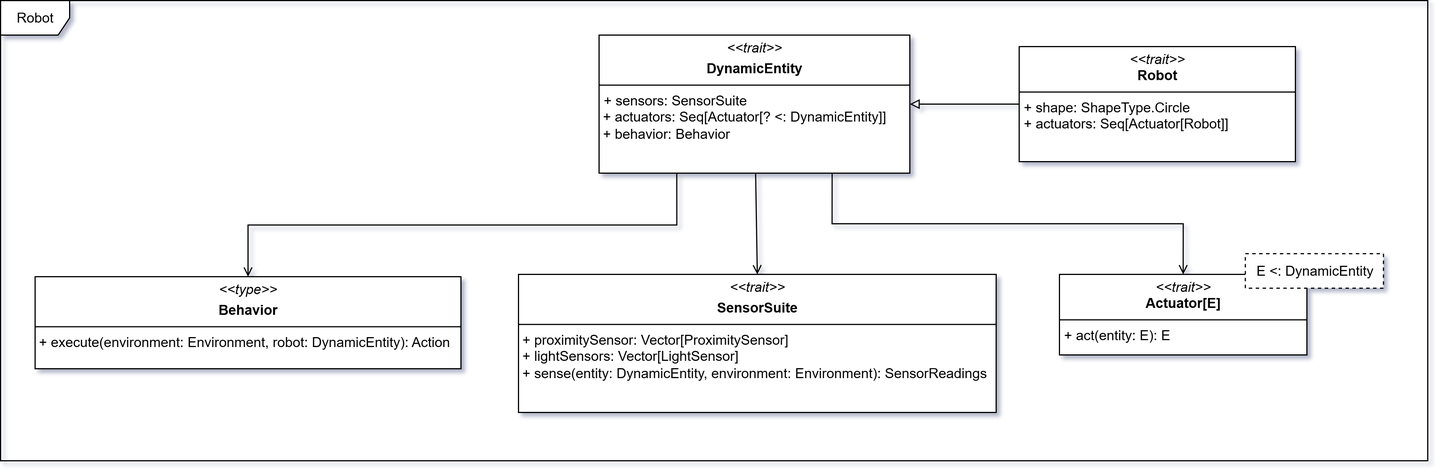
Before: docs/static/img/04-detailed-design/robot.png, a diagram exported from draw.io (Scala-Robotics-Simulator/PPS-22-srs). Source tidied: cells renumbered, new cells last; positions are measured from the earlier drawing's top-left corner, leaving out a move shared by most shapes.
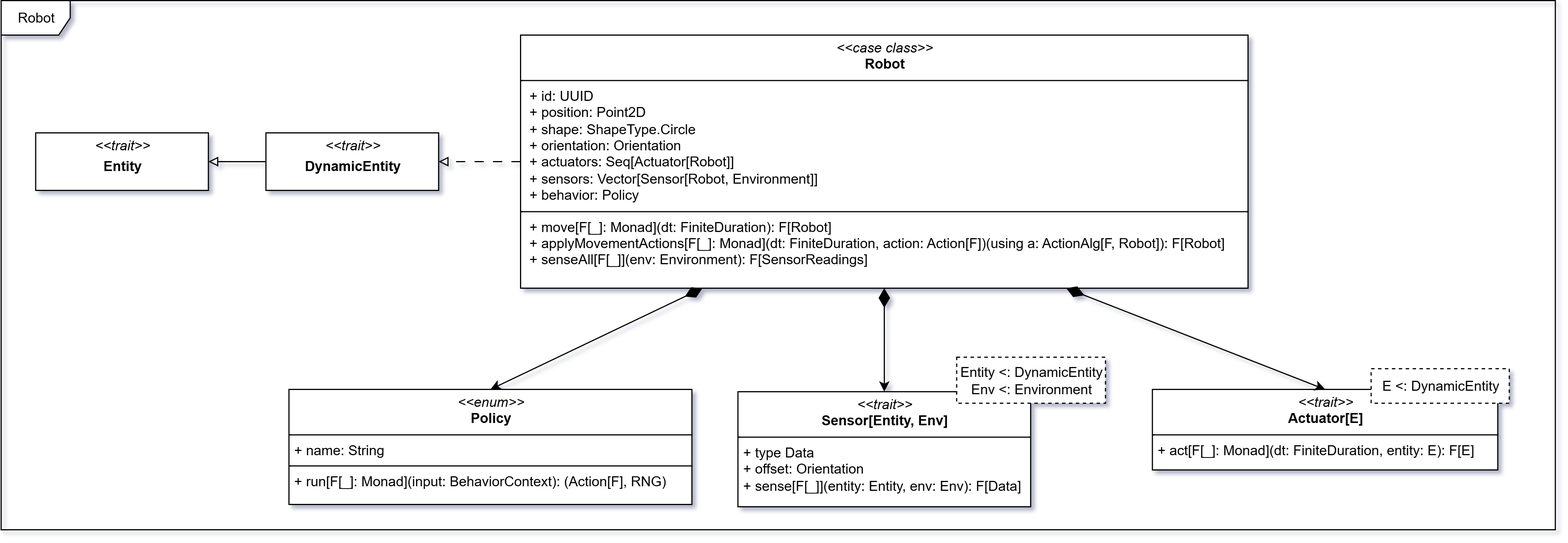
Later version of the same file.

What changed in the source:
```diff
@@ -2,38 +2,47 @@
   <root>
     <mxCell id="0" />
     <mxCell id="1" parent="0" />
-    <mxCell id="2" value="Robot" style="shape=umlFrame;whiteSpace=wrap;html=1;" parent="1" vertex="1">
-      <mxGeometry width="1240" height="400" as="geometry" />
+    <mxCell id="2" value="&lt;p style=&quot;margin:0px;margin-top:4px;text-align:center;&quot;&gt;&lt;i&gt;&amp;lt;&amp;lt;trait&amp;gt;&amp;gt;&lt;br&gt;&lt;/i&gt;&lt;b&gt;Actuator[E]&lt;/b&gt;&lt;/p&gt;&lt;hr size=&quot;1&quot; style=&quot;border-style:solid;&quot;&gt;&lt;p style=&quot;margin:0px;margin-left:4px;&quot;&gt;&lt;/p&gt;&lt;p style=&quot;margin:0px;margin-left:4px;&quot;&gt;+&amp;nbsp;act[F[_]: Monad](dt: FiniteDuration, entity: E): F[E]&lt;/p&gt;" style="verticalAlign=top;align=left;overflow=fill;html=1;whiteSpace=wrap;" parent="1" vertex="1">
+      <mxGeometry x="1117.5" y="458" width="300" height="70" as="geometry" />
     </mxCell>
-    <mxCell id="3" style="rounded=0;jettySize=auto;html=1;entryX=1;entryY=0.5;entryDx=0;entryDy=0;endArrow=block;endFill=0;" parent="1" edge="1" source="4" target="8">
-      <mxGeometry relative="1" as="geometry" />
+    <mxCell id="3" value="E &amp;lt;: DynamicEntity" style="rounded=0;whiteSpace=wrap;html=1;dashed=1;" parent="1" vertex="1">
+      <mxGeometry x="1307.5" y="440" width="120" height="30" as="geometry" />
     </mxCell>
-    <mxCell id="4" value="&lt;p style=&quot;margin:0px;margin-top:4px;text-align:center;&quot;&gt;&lt;i&gt;&amp;lt;&amp;lt;trait&amp;gt;&amp;gt;&lt;/i&gt;&lt;br&gt;&lt;b&gt;Robot&lt;/b&gt;&lt;/p&gt;&lt;hr size=&quot;1&quot; style=&quot;border-style:solid;&quot;&gt;&lt;p style=&quot;margin:0px;margin-left:4px;&quot;&gt;+ shape: ShapeType.Circle&lt;/p&gt;&lt;p style=&quot;margin:0px;margin-left:4px;&quot;&gt;+ actuators: Seq[Actuator[Robot]]&lt;/p&gt;" style="verticalAlign=top;align=left;overflow=fill;html=1;whiteSpace=wrap;" parent="1" vertex="1">
-      <mxGeometry x="885" y="40" width="240" height="100" as="geometry" />
+    <mxCell id="4" value="&lt;p style=&quot;margin:0px;margin-top:4px;text-align:center;&quot;&gt;&lt;i&gt;&amp;lt;&amp;lt;case class&amp;gt;&amp;gt;&lt;/i&gt;&lt;br&gt;&lt;b&gt;Robot&lt;/b&gt;&lt;/p&gt;&lt;hr size=&quot;1&quot; style=&quot;border-style:solid;&quot;&gt;&lt;p style=&quot;margin: 0px 0px 0px 4px;&quot;&gt;&amp;nbsp;+ id: UUID&lt;/p&gt;&lt;p style=&quot;margin: 0px 0px 0px 4px;&quot;&gt;&amp;nbsp;+ position: Point2D&lt;/p&gt;&lt;p style=&quot;margin: 0px 0px 0px 4px;&quot;&gt;&amp;nbsp;+ shape: ShapeType.Circle&lt;/p&gt;&lt;p style=&quot;margin: 0px 0px 0px 4px;&quot;&gt;&lt;span style=&quot;background-color: transparent; color: light-dark(rgb(0, 0, 0), rgb(255, 255, 255));&quot;&gt;&amp;nbsp;+ orientation: Orientation&lt;/span&gt;&lt;/p&gt;&lt;p style=&quot;margin: 0px 0px 0px 4px;&quot;&gt;&amp;nbsp;+ actuators: Seq[Actuator[Robot]]&lt;/p&gt;&lt;p style=&quot;margin: 0px 0px 0px 4px;&quot;&gt;&amp;nbsp;+ sensors: Vector[Sensor[Robot, Environment]]&amp;nbsp;&lt;/p&gt;&lt;p style=&quot;margin: 0px 0px 0px 4px;&quot;&gt;&lt;span style=&quot;background-color: transparent; color: light-dark(rgb(0, 0, 0), rgb(255, 255, 255));&quot;&gt;&amp;nbsp;+ behavior: Policy&lt;/span&gt;&lt;/p&gt;&lt;hr size=&quot;1&quot; style=&quot;border-style:solid;&quot;&gt;&lt;p style=&quot;margin:0px;margin-left:4px;&quot;&gt;&amp;nbsp;+&amp;nbsp;move[F[_]: Monad](dt: FiniteDuration): F[Robot]&lt;/p&gt;&lt;p style=&quot;margin:0px;margin-left:4px;&quot;&gt;&amp;nbsp;+&amp;nbsp;&lt;span style=&quot;background-color: transparent;&quot;&gt;applyMovementActions[F[_]: Monad](&lt;/span&gt;&lt;span style=&quot;background-color: transparent; color: light-dark(rgb(0, 0, 0), rgb(255, 255, 255));&quot;&gt;dt: FiniteDuration,&lt;/span&gt;&lt;span style=&quot;background-color: transparent; color: light-dark(rgb(0, 0, 0), rgb(255, 255, 255));&quot;&gt;&amp;nbsp;action: Action[F]&lt;/span&gt;&lt;span style=&quot;background-color: transparent; color: light-dark(rgb(0, 0, 0), rgb(255, 255, 255));&quot;&gt;)(using a: ActionAlg[F, Robot]): F[Robot]&lt;/span&gt;&lt;/p&gt;&lt;p style=&quot;margin:0px;margin-left:4px;&quot;&gt;&lt;span style=&quot;background-color: transparent; color: light-dark(rgb(0, 0, 0), rgb(255, 255, 255));&quot;&gt;&amp;nbsp;+&amp;nbsp;&lt;/span&gt;&lt;span style=&quot;background-color: transparent; color: light-dark(rgb(0, 0, 0), rgb(255, 255, 255));&quot;&gt;senseAll[F[_]](env: Environment): F[SensorReadings]&lt;/span&gt;&lt;/p&gt;" style="verticalAlign=top;align=left;overflow=fill;html=1;whiteSpace=wrap;" parent="1" vertex="1">
+      <mxGeometry x="568.7" y="150" width="631.9" height="220" as="geometry" />
     </mxCell>
-    <mxCell id="5" value="&lt;p style=&quot;margin:0px;margin-top:4px;text-align:center;&quot;&gt;&lt;i&gt;&amp;lt;&amp;lt;type&amp;gt;&amp;gt;&lt;/i&gt;&lt;/p&gt;&lt;p style=&quot;margin:0px;margin-top:4px;text-align:center;&quot;&gt;&lt;b&gt;Behavior&lt;/b&gt;&lt;/p&gt;&lt;hr size=&quot;1&quot; style=&quot;border-style:solid;&quot;&gt;&amp;nbsp;+ execute(environment: Environment, robot: DynamicEntity): Action&lt;div&gt;&lt;br&gt;&lt;/div&gt;" style="verticalAlign=top;align=left;overflow=fill;html=1;whiteSpace=wrap;" parent="1" vertex="1">
-      <mxGeometry x="30" y="240" width="370" height="80" as="geometry" />
+    <mxCell id="5" value="&lt;p style=&quot;margin:0px;margin-top:4px;text-align:center;&quot;&gt;&lt;i&gt;&amp;lt;&amp;lt;trait&amp;gt;&amp;gt;&lt;br&gt;&lt;/i&gt;&lt;b&gt;Sensor[Entity, Env]&lt;/b&gt;&lt;/p&gt;&lt;hr size=&quot;1&quot; style=&quot;border-style:solid;&quot;&gt;&lt;p style=&quot;margin:0px;margin-left:4px;&quot;&gt;&lt;/p&gt;&lt;p style=&quot;margin:0px;margin-left:4px;&quot;&gt;+ type Data&lt;/p&gt;&lt;p style=&quot;margin:0px;margin-left:4px;&quot;&gt;+ offset: Orientation&lt;/p&gt;&lt;p style=&quot;margin:0px;margin-left:4px;&quot;&gt;+ sense[F[_]](entity: Entity, env: Env): F[Data]&lt;/p&gt;" style="verticalAlign=top;align=left;overflow=fill;html=1;whiteSpace=wrap;" parent="1" vertex="1">
+      <mxGeometry x="757.5" y="460" width="254.2" height="100" as="geometry" />
     </mxCell>
-    <mxCell id="6" value="&lt;p style=&quot;margin:0px;margin-top:4px;text-align:center;&quot;&gt;&lt;i&gt;&amp;lt;&amp;lt;trait&amp;gt;&amp;gt;&lt;/i&gt;&lt;/p&gt;&lt;p style=&quot;margin:0px;margin-top:4px;text-align:center;&quot;&gt;&lt;b&gt;SensorSuite&lt;/b&gt;&lt;/p&gt;&lt;hr size=&quot;1&quot; style=&quot;border-style:solid;&quot;&gt;&lt;div&gt;&amp;nbsp;+ proximitySensor: Vector[ProximitySensor]&lt;/div&gt;&lt;div&gt;&amp;nbsp;+ lightSensors: Vector[LightSensor]&lt;/div&gt;&lt;div&gt;&amp;nbsp;+ sense(entity: DynamicEntity, environment: Environment): SensorReadings&lt;/div&gt;" style="verticalAlign=top;align=left;overflow=fill;html=1;whiteSpace=wrap;" parent="1" vertex="1">
-      <mxGeometry x="450" y="238" width="415" height="120" as="geometry" />
+    <mxCell id="6" value="&lt;div&gt;Entity &amp;lt;: DynamicEntity&lt;/div&gt;Env &amp;lt;: Environment" style="rounded=0;whiteSpace=wrap;html=1;dashed=1;" parent="1" vertex="1">
+      <mxGeometry x="947.5" y="430" width="129.2" height="40" as="geometry" />
     </mxCell>
-    <mxCell id="7" style="edgeStyle=orthogonalEdgeStyle;rounded=0;jettySize=auto;html=1;entryX=0.5;entryY=0;entryDx=0;entryDy=0;endArrow=open;endFill=0;exitX=0.25;exitY=1;exitDx=0;exitDy=0;" parent="1" edge="1" source="8" target="5">
+    <mxCell id="7" style="endArrow=classic;html=1;endSize=6;startArrow=diamondThin;startSize=14;startFill=1;align=left;verticalAlign=bottom;rounded=0;exitX=0.5;exitY=1;exitDx=0;exitDy=0;entryX=0.5;entryY=0;entryDx=0;entryDy=0;endFill=1;" parent="1" edge="1" source="4" target="5">
       <mxGeometry relative="1" as="geometry" />
     </mxCell>
-    <mxCell id="8" value="&lt;p style=&quot;margin:0px;margin-top:4px;text-align:center;&quot;&gt;&lt;i&gt;&amp;lt;&amp;lt;trait&amp;gt;&amp;gt;&lt;/i&gt;&lt;/p&gt;&lt;p style=&quot;margin:0px;margin-top:4px;text-align:center;&quot;&gt;&lt;b&gt;DynamicEntity&lt;/b&gt;&lt;/p&gt;&lt;hr size=&quot;1&quot; style=&quot;border-style:solid;&quot;&gt;&lt;p style=&quot;margin:0px;margin-left:4px;&quot;&gt;+ sensors: SensorSuite&lt;/p&gt;&lt;div&gt;&amp;nbsp;+&amp;nbsp;actuators: Seq[Actuator[? &amp;lt;: DynamicEntity]]&lt;/div&gt;&lt;div&gt;&amp;nbsp;+ behavior: Behavior&lt;/div&gt;&lt;p style=&quot;margin:0px;margin-left:4px;&quot;&gt;&lt;br&gt;&lt;/p&gt;" style="verticalAlign=top;align=left;overflow=fill;html=1;whiteSpace=wrap;" parent="1" vertex="1">
-      <mxGeometry x="520" y="30" width="270" height="120" as="geometry" />
+    <mxCell id="8" style="endArrow=classic;html=1;endSize=6;startArrow=diamondThin;startSize=14;startFill=1;align=left;verticalAlign=bottom;rounded=0;exitX=0.75;exitY=1;exitDx=0;exitDy=0;entryX=0.5;entryY=0;entryDx=0;entryDy=0;endFill=1;" parent="1" edge="1" source="4" target="2">
+      <mxGeometry relative="1" as="geometry" />
     </mxCell>
-    <mxCell id="9" style="edgeStyle=orthogonalEdgeStyle;rounded=0;jettySize=auto;html=1;entryX=0.5;entryY=0;entryDx=0;entryDy=0;endArrow=open;endFill=0;exitX=0.75;exitY=1;exitDx=0;exitDy=0;" parent="1" edge="1" source="8" target="11">
-      <mxGeometry relative="1" as="geometry" />
+    <mxCell id="9" value="&lt;p style=&quot;margin:0px;margin-top:4px;text-align:center;&quot;&gt;&lt;i&gt;&amp;lt;&amp;lt;enum&amp;gt;&amp;gt;&lt;/i&gt;&lt;br&gt;&lt;b&gt;Policy&lt;/b&gt;&lt;/p&gt;&lt;hr size=&quot;1&quot; style=&quot;border-style:solid;&quot;&gt;&lt;p style=&quot;margin:0px;margin-left:4px;&quot;&gt;+ name: String&lt;/p&gt;&lt;hr size=&quot;1&quot; style=&quot;border-style:solid;&quot;&gt;&lt;p style=&quot;margin:0px;margin-left:4px;&quot;&gt;+&amp;nbsp;run[F[_]: Monad](input: BehaviorContext): (Action[F], RNG)&lt;/p&gt;" style="verticalAlign=top;align=left;overflow=fill;html=1;whiteSpace=wrap;" parent="1" vertex="1">
+      <mxGeometry x="367.5" y="458" width="350" height="100" as="geometry" />
     </mxCell>
-    <mxCell id="10" style="rounded=0;jettySize=auto;html=1;entryX=0.5;entryY=0;entryDx=0;entryDy=0;endArrow=open;endFill=0;" parent="1" edge="1" source="8" target="6">
+    <mxCell id="10" style="endArrow=classic;html=1;endSize=6;startArrow=diamondThin;startSize=14;startFill=1;align=left;verticalAlign=bottom;rounded=0;exitX=0.25;exitY=1;exitDx=0;exitDy=0;entryX=0.5;entryY=0;entryDx=0;entryDy=0;endFill=1;" parent="1" edge="1" source="4" target="9">
       <mxGeometry relative="1" as="geometry" />
     </mxCell>
-    <mxCell id="11" value="&lt;p style=&quot;margin:0px;margin-top:4px;text-align:center;&quot;&gt;&lt;i&gt;&amp;lt;&amp;lt;trait&amp;gt;&amp;gt;&lt;br&gt;&lt;/i&gt;&lt;b&gt;Actuator[E]&lt;/b&gt;&lt;/p&gt;&lt;hr size=&quot;1&quot; style=&quot;border-style:solid;&quot;&gt;&lt;p style=&quot;margin:0px;margin-left:4px;&quot;&gt;&lt;/p&gt;&lt;p style=&quot;margin:0px;margin-left:4px;&quot;&gt;+ act(entity: E): E&lt;/p&gt;" style="verticalAlign=top;align=left;overflow=fill;html=1;whiteSpace=wrap;" parent="1" vertex="1">
-      <mxGeometry x="920" y="238" width="215" height="70" as="geometry" />
+    <mxCell id="11" value="Robot" style="shape=umlFrame;whiteSpace=wrap;html=1;" parent="1" vertex="1">
+      <mxGeometry x="117.5" y="120" width="1350" height="460" as="geometry" />
     </mxCell>
-    <mxCell id="12" value="E &amp;lt;: DynamicEntity" style="rounded=0;whiteSpace=wrap;html=1;dashed=1;" parent="1" vertex="1">
-      <mxGeometry x="1081.5" y="220" width="120" height="30" as="geometry" />
+    <mxCell id="12" value="&lt;p style=&quot;margin:0px;margin-top:4px;text-align:center;&quot;&gt;&lt;i&gt;&amp;lt;&amp;lt;trait&amp;gt;&amp;gt;&lt;/i&gt;&lt;/p&gt;&lt;p style=&quot;margin:0px;margin-top:4px;text-align:center;&quot;&gt;&lt;b&gt;DynamicEntity&lt;/b&gt;&lt;/p&gt;" style="verticalAlign=top;align=left;overflow=fill;html=1;whiteSpace=wrap;" parent="1" vertex="1">
+      <mxGeometry x="347.5" y="235" width="150" height="50" as="geometry" />
     </mxCell>
+    <mxCell id="13" value="&lt;p style=&quot;margin:0px;margin-top:4px;text-align:center;&quot;&gt;&lt;i&gt;&amp;lt;&amp;lt;trait&amp;gt;&amp;gt;&lt;/i&gt;&lt;/p&gt;&lt;p style=&quot;margin:0px;margin-top:4px;text-align:center;&quot;&gt;&lt;b&gt;Entity&lt;/b&gt;&lt;/p&gt;" style="verticalAlign=top;align=left;overflow=fill;html=1;whiteSpace=wrap;" parent="1" vertex="1">
+      <mxGeometry x="147.5" y="235" width="150" height="50" as="geometry" />
+    </mxCell>
+    <mxCell id="14" style="rounded=0;jettySize=auto;html=1;entryX=1;entryY=0.5;entryDx=0;entryDy=0;exitX=0;exitY=0.5;exitDx=0;exitDy=0;dashed=1;dashPattern=8 8;endArrow=block;endFill=0;" parent="1" edge="1" source="4" target="12">
+      <mxGeometry relative="1" as="geometry" />
+    </mxCell>
+    <mxCell id="15" style="rounded=0;jettySize=auto;html=1;endArrow=block;endFill=0;exitX=0;exitY=0.5;exitDx=0;exitDy=0;entryX=1;entryY=0.5;entryDx=0;entryDy=0;" parent="1" edge="1" source="12" target="13">
+      <mxGeometry relative="1" as="geometry" />
+    </mxCell>
   </root>
 </mxGraphModel>
```
